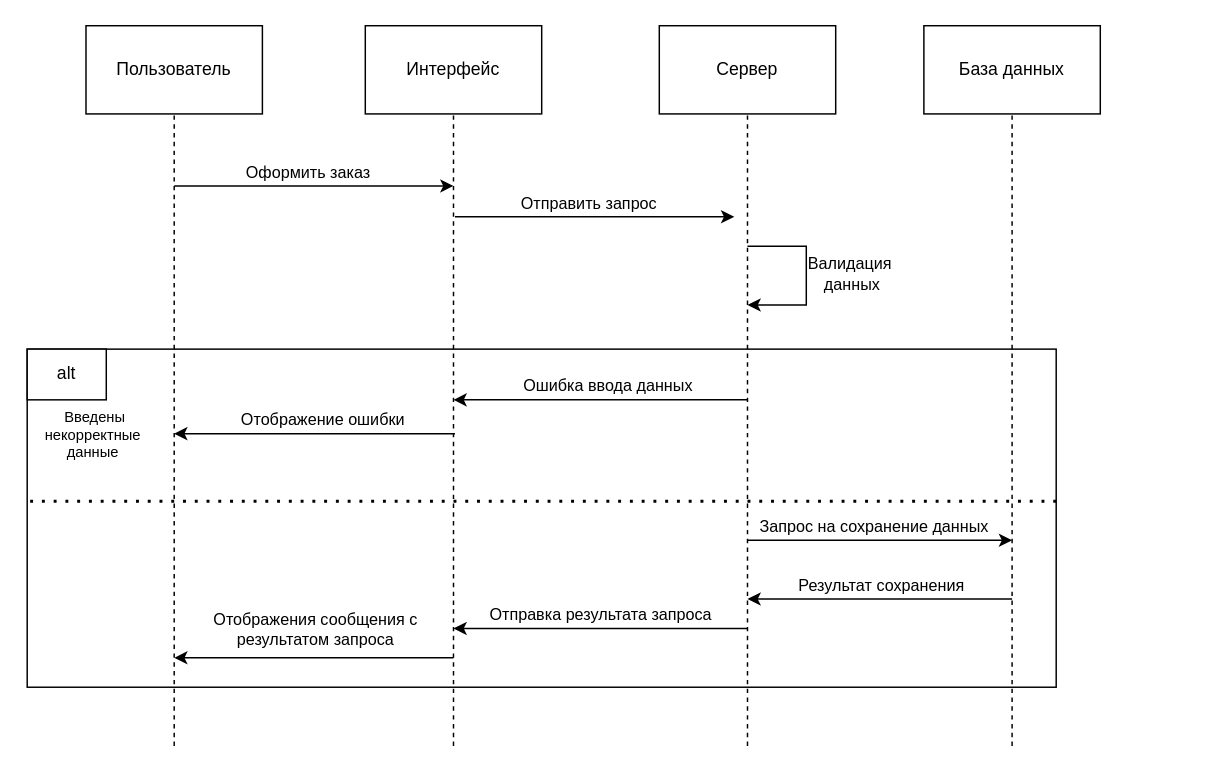
This is page "Страница — 2" (2 of 4) of Диаграмма без названия.drawio from MOLLIP-merzota/-, a draw.io file, before an edit. Source tidied: cells renumbered, new cells numbered last; positions are measured from the earlier drawing's top-left corner, leaving out a move shared by most shapes. Both pictures are drawn from the tidied source at 147%, with x=0, y=0 at pixel (26, 25).
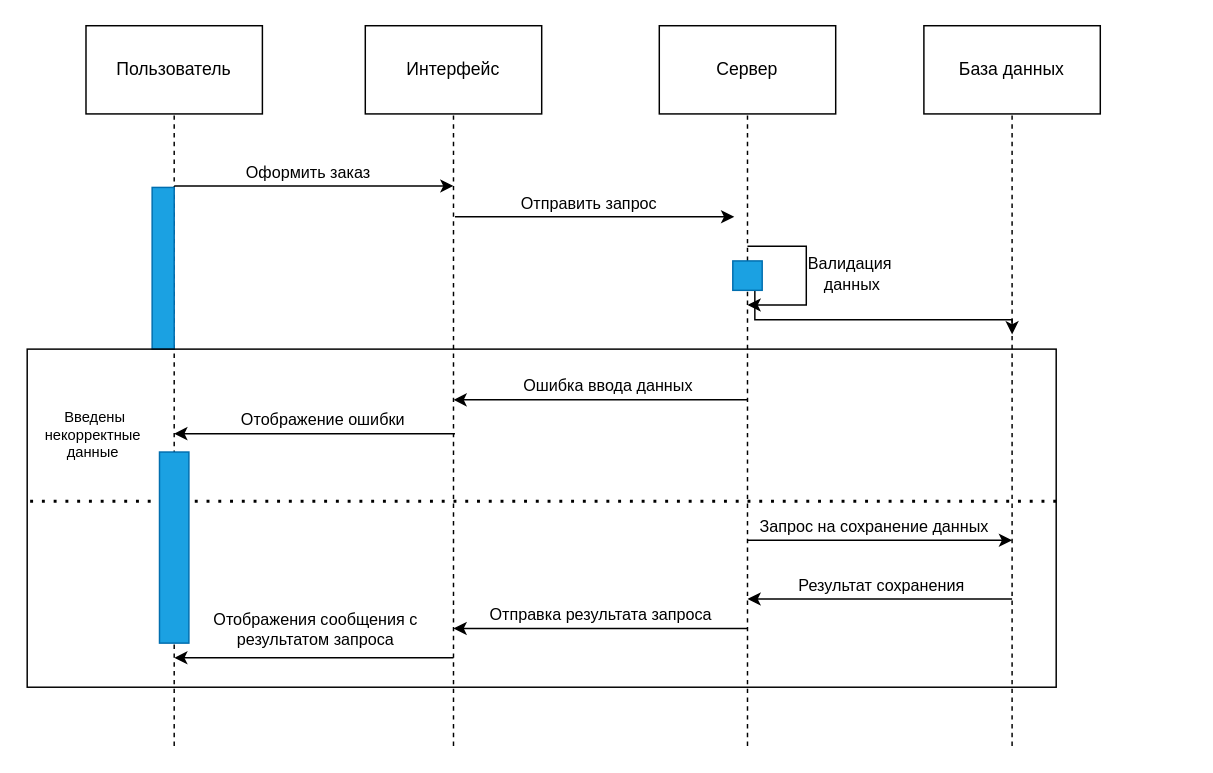
Above is the later version.

Unchanged cells that the change refers to:
```xml
<mxCell id="2" style="group;" parent="1" vertex="1">
  <mxGeometry x="40" width="120" height="490" as="geometry" />
</mxCell>
<mxCell id="8" style="group;" parent="1" vertex="1">
  <mxGeometry x="430" width="360" height="490" as="geometry" />
</mxCell>
<mxCell id="20" style="group;" parent="1" vertex="1">
  <mxGeometry y="220" width="700" height="230" as="geometry" />
</mxCell>
```

The edit, as a diff of the source:
```diff
@@
+    <mxCell id="37" style="rounded=0;whiteSpace=wrap;html=1;fillColor=#1ba1e2;fontColor=#ffffff;strokeColor=#006EAF;" parent="2" vertex="1">
+      <mxGeometry x="45" y="110" width="15" height="110" as="geometry" />
+    </mxCell>
@@
+    <mxCell id="38" style="edgeStyle=orthogonalEdgeStyle;rounded=0;jettySize=auto;html=1;exitX=0.75;exitY=1;exitDx=0;exitDy=0;" parent="8" edge="1" source="39">
+      <mxGeometry relative="1" as="geometry">
+        <mxPoint x="240" y="210" as="targetPoint" />
+        <Array as="points">
+          <mxPoint x="65" y="200" />
+          <mxPoint x="240" y="200" />
+        </Array>
+      </mxGeometry>
+    </mxCell>
+    <mxCell id="39" style="rounded=0;whiteSpace=wrap;html=1;fillColor=#1ba1e2;fontColor=#ffffff;strokeColor=#006EAF;" parent="8" vertex="1">
+      <mxGeometry x="50" y="160" width="20" height="20" as="geometry" />
+    </mxCell>
@@
-    <mxCell id="22" value="alt" style="rounded=0;whiteSpace=wrap;html=1;" parent="20" vertex="1">
-      <mxGeometry width="53.8" height="34.5" as="geometry" />
-    </mxCell>
@@
+    <mxCell id="40" style="rounded=0;whiteSpace=wrap;html=1;fillColor=#1ba1e2;fontColor=#ffffff;strokeColor=#006EAF;" parent="20" vertex="1">
+      <mxGeometry x="90" y="70" width="20" height="130" as="geometry" />
+    </mxCell>
```
